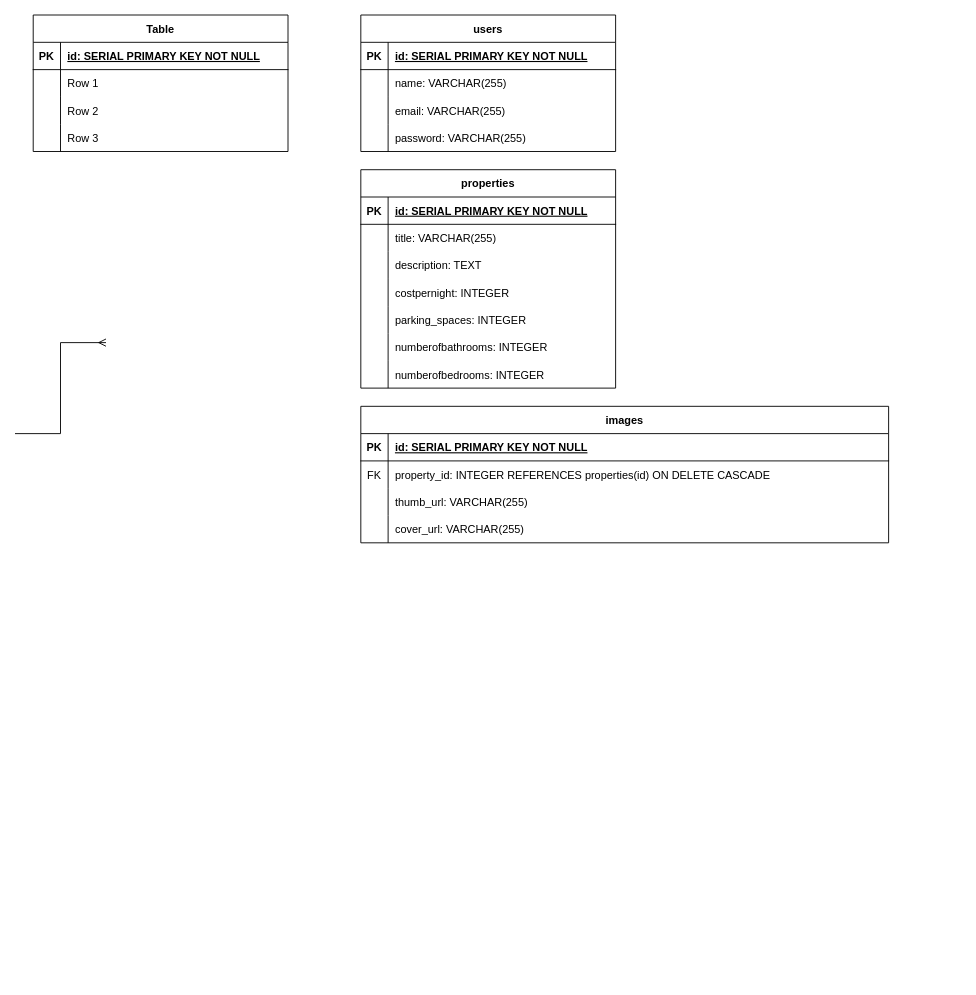
navycuda/LightBnb keeps this draw.io diagram as sql/erd/LightBnB.drawio. Above is the earlier version. Source tidied: cells renumbered, new cells numbered last; positions are measured from the earlier drawing's top-left corner, leaving out a move shared by most shapes. Both pictures are drawn from the tidied source at 91%, with x=0, y=0 at pixel (15, 15).
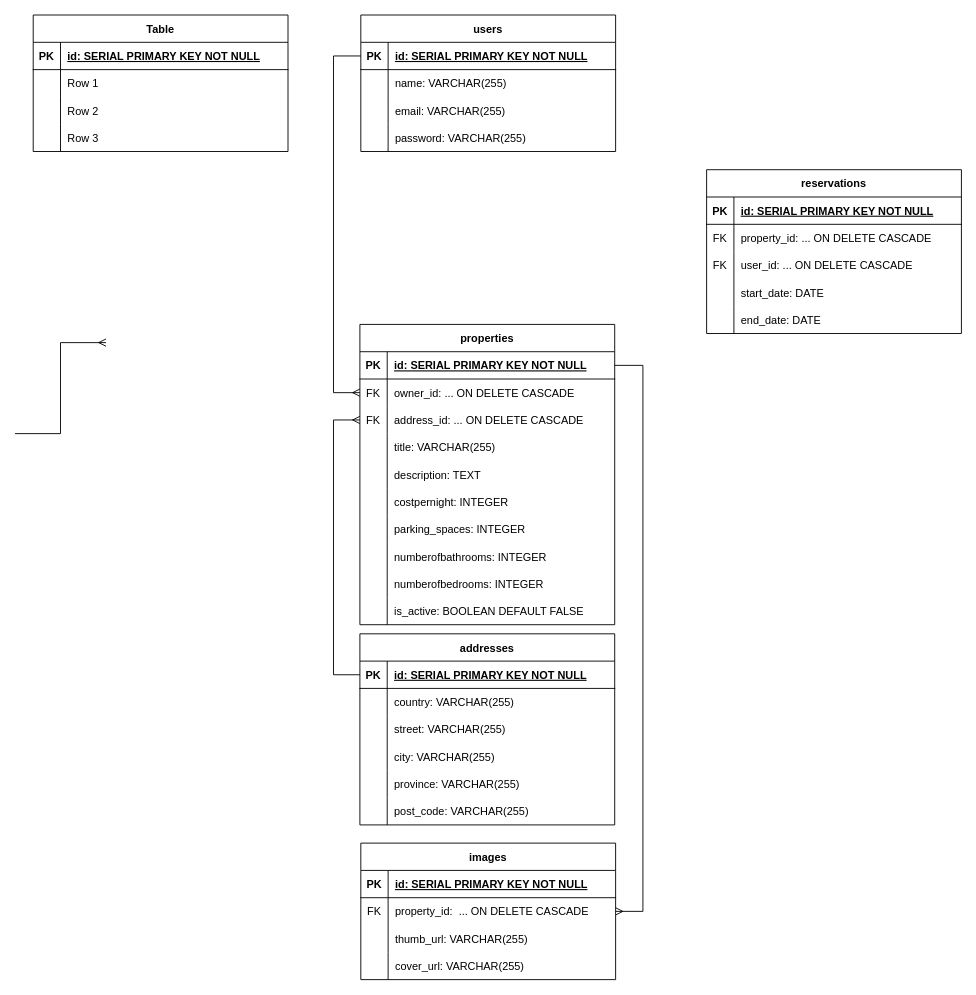
Above is the later version.

The change refers to these unchanged cells:
```xml
<mxCell id="17" style="shape=tableRow;horizontal=0;startSize=0;swimlaneHead=0;swimlaneBody=0;fillColor=none;points=[[0,0.5],[1,0.5]];portConstraint=eastwest;top=0;left=0;right=0;bottom=1;" parent="16" vertex="1">
  <mxGeometry y="30" width="280" height="30" as="geometry" />
</mxCell>
<mxCell id="30" style="shape=tableRow;horizontal=0;startSize=0;swimlaneHead=0;swimlaneBody=0;fillColor=none;points=[[0,0.5],[1,0.5]];portConstraint=eastwest;top=0;left=0;right=0;bottom=1;" parent="29" vertex="1">
  <mxGeometry y="30" width="280" height="30" as="geometry" />
</mxCell>
```

Change to the diagram source:
```diff
@@
     <mxCell id="29" value="properties" style="shape=table;startSize=30;childLayout=tableLayout;rowLines=0;fontStyle=1;align=center;" parent="1" vertex="1">
-      <mxGeometry x="380" y="170" width="280" height="240" as="geometry" />
+      <mxGeometry x="379" y="340" width="280" height="330" as="geometry" />
     </mxCell>
@@
+    <mxCell id="64" style="shape=tableRow;horizontal=0;startSize=0;swimlaneHead=0;swimlaneBody=0;fillColor=none;points=[[0,0.5],[1,0.5]];portConstraint=eastwest;top=0;left=0;right=0;bottom=0;" parent="29" vertex="1">
+      <mxGeometry y="60" width="280" height="30" as="geometry" />
+    </mxCell>
+    <mxCell id="65" value="FK" style="shape=partialRectangle;fillColor=none;top=0;left=0;bottom=0;right=0;overflow=hidden;" parent="64" vertex="1">
+      <mxGeometry width="30" height="30" as="geometry" />
+    </mxCell>
+    <mxCell id="66" value="owner_id: ... ON DELETE CASCADE" style="shape=partialRectangle;fillColor=none;top=0;left=0;bottom=0;right=0;align=left;spacingLeft=6;overflow=hidden;" parent="64" vertex="1">
+      <mxGeometry x="30" width="250" height="30" as="geometry" />
+    </mxCell>
+    <mxCell id="67" style="shape=tableRow;horizontal=0;startSize=0;swimlaneHead=0;swimlaneBody=0;fillColor=none;points=[[0,0.5],[1,0.5]];portConstraint=eastwest;top=0;left=0;right=0;bottom=0;" parent="29" vertex="1">
+      <mxGeometry y="90" width="280" height="30" as="geometry" />
+    </mxCell>
+    <mxCell id="68" value="FK" style="shape=partialRectangle;fillColor=none;top=0;left=0;bottom=0;right=0;overflow=hidden;" parent="67" vertex="1">
+      <mxGeometry width="30" height="30" as="geometry" />
+    </mxCell>
+    <mxCell id="69" value="address_id: ... ON DELETE CASCADE" style="shape=partialRectangle;fillColor=none;top=0;left=0;bottom=0;right=0;align=left;spacingLeft=6;overflow=hidden;" parent="67" vertex="1">
+      <mxGeometry x="30" width="250" height="30" as="geometry" />
+    </mxCell>
     <mxCell id="33" style="shape=tableRow;horizontal=0;startSize=0;swimlaneHead=0;swimlaneBody=0;fillColor=none;top=0;left=0;right=0;bottom=0;" parent="29" vertex="1">
-      <mxGeometry y="60" width="280" height="30" as="geometry" />
+      <mxGeometry y="120" width="280" height="30" as="geometry" />
     </mxCell>
@@
     <mxCell id="36" style="shape=tableRow;horizontal=0;startSize=0;swimlaneHead=0;swimlaneBody=0;fillColor=none;top=0;left=0;right=0;bottom=0;" parent="29" vertex="1">
-      <mxGeometry y="90" width="280" height="30" as="geometry" />
+      <mxGeometry y="150" width="280" height="30" as="geometry" />
     </mxCell>
@@
     <mxCell id="39" style="shape=tableRow;horizontal=0;startSize=0;swimlaneHead=0;swimlaneBody=0;fillColor=none;top=0;left=0;right=0;bottom=0;" parent="29" vertex="1">
-      <mxGeometry y="120" width="280" height="30" as="geometry" />
+      <mxGeometry y="180" width="280" height="30" as="geometry" />
     </mxCell>
@@
     <mxCell id="42" style="shape=tableRow;horizontal=0;startSize=0;swimlaneHead=0;swimlaneBody=0;fillColor=none;top=0;left=0;right=0;bottom=0;" parent="29" vertex="1">
-      <mxGeometry y="150" width="280" height="30" as="geometry" />
+      <mxGeometry y="210" width="280" height="30" as="geometry" />
     </mxCell>
@@
     <mxCell id="45" style="shape=tableRow;horizontal=0;startSize=0;swimlaneHead=0;swimlaneBody=0;fillColor=none;top=0;left=0;right=0;bottom=0;" parent="29" vertex="1">
-      <mxGeometry y="180" width="280" height="30" as="geometry" />
+      <mxGeometry y="240" width="280" height="30" as="geometry" />
     </mxCell>
@@
     <mxCell id="48" style="shape=tableRow;horizontal=0;startSize=0;swimlaneHead=0;swimlaneBody=0;fillColor=none;top=0;left=0;right=0;bottom=0;" parent="29" vertex="1">
-      <mxGeometry y="210" width="280" height="30" as="geometry" />
+      <mxGeometry y="270" width="280" height="30" as="geometry" />
     </mxCell>
@@
+    <mxCell id="70" style="shape=tableRow;horizontal=0;startSize=0;swimlaneHead=0;swimlaneBody=0;fillColor=none;top=0;left=0;right=0;bottom=0;" parent="29" vertex="1">
+      <mxGeometry y="300" width="280" height="30" as="geometry" />
+    </mxCell>
+    <mxCell id="71" style="shape=partialRectangle;fillColor=none;top=0;left=0;bottom=0;right=0;overflow=hidden;" parent="70" vertex="1">
+      <mxGeometry width="30" height="30" as="geometry" />
+    </mxCell>
+    <mxCell id="72" value="is_active: BOOLEAN DEFAULT FALSE" style="shape=partialRectangle;fillColor=none;top=0;left=0;bottom=0;right=0;align=left;spacingLeft=6;overflow=hidden;" parent="70" vertex="1">
+      <mxGeometry x="30" width="250" height="30" as="geometry" />
+    </mxCell>
     <mxCell id="51" value="images" style="shape=table;startSize=30;childLayout=tableLayout;rowLines=0;fontStyle=1;align=center;" parent="1" vertex="1">
-      <mxGeometry x="380" y="430" width="580" height="150" as="geometry" />
+      <mxGeometry x="380" y="910" width="280" height="150" as="geometry" />
     </mxCell>
     <mxCell id="52" style="shape=tableRow;horizontal=0;startSize=0;swimlaneHead=0;swimlaneBody=0;fillColor=none;top=0;left=0;right=0;bottom=1;" parent="51" vertex="1">
-      <mxGeometry y="30" width="580" height="30" as="geometry" />
+      <mxGeometry y="30" width="280" height="30" as="geometry" />
     </mxCell>
@@
     <mxCell id="54" value="id: SERIAL PRIMARY KEY NOT NULL" style="shape=partialRectangle;fillColor=none;top=0;left=0;bottom=0;right=0;align=left;spacingLeft=6;fontStyle=5;overflow=hidden;" parent="52" vertex="1">
-      <mxGeometry x="30" width="550" height="30" as="geometry" />
+      <mxGeometry x="30" width="250" height="30" as="geometry" />
     </mxCell>
     <mxCell id="55" style="shape=tableRow;horizontal=0;startSize=0;swimlaneHead=0;swimlaneBody=0;fillColor=none;points=[[0,0.5],[1,0.5]];portConstraint=eastwest;top=0;left=0;right=0;bottom=0;" parent="51" vertex="1">
-      <mxGeometry y="60" width="580" height="30" as="geometry" />
+      <mxGeometry y="60" width="280" height="30" as="geometry" />
     </mxCell>
@@
-    <mxCell id="57" value="property_id: INTEGER REFERENCES properties(id) ON DELETE CASCADE" style="shape=partialRectangle;fillColor=none;top=0;left=0;bottom=0;right=0;align=left;spacingLeft=6;overflow=hidden;" parent="55" vertex="1">
-      <mxGeometry x="30" width="550" height="30" as="geometry" />
+    <mxCell id="57" value="property_id:  ... ON DELETE CASCADE" style="shape=partialRectangle;fillColor=none;top=0;left=0;bottom=0;right=0;align=left;spacingLeft=6;overflow=hidden;" parent="55" vertex="1">
+      <mxGeometry x="30" width="250" height="30" as="geometry" />
     </mxCell>
     <mxCell id="58" style="shape=tableRow;horizontal=0;startSize=0;swimlaneHead=0;swimlaneBody=0;fillColor=none;top=0;left=0;right=0;bottom=0;" parent="51" vertex="1">
-      <mxGeometry y="90" width="580" height="30" as="geometry" />
+      <mxGeometry y="90" width="280" height="30" as="geometry" />
     </mxCell>
@@
     <mxCell id="60" value="thumb_url: VARCHAR(255)" style="shape=partialRectangle;fillColor=none;top=0;left=0;bottom=0;right=0;align=left;spacingLeft=6;overflow=hidden;" parent="58" vertex="1">
-      <mxGeometry x="30" width="550" height="30" as="geometry" />
+      <mxGeometry x="30" width="250" height="30" as="geometry" />
     </mxCell>
     <mxCell id="61" style="shape=tableRow;horizontal=0;startSize=0;swimlaneHead=0;swimlaneBody=0;fillColor=none;top=0;left=0;right=0;bottom=0;" parent="51" vertex="1">
-      <mxGeometry y="120" width="580" height="30" as="geometry" />
+      <mxGeometry y="120" width="280" height="30" as="geometry" />
     </mxCell>
@@
     <mxCell id="63" value="cover_url: VARCHAR(255)" style="shape=partialRectangle;fillColor=none;top=0;left=0;bottom=0;right=0;align=left;spacingLeft=6;overflow=hidden;" parent="61" vertex="1">
-      <mxGeometry x="30" width="550" height="30" as="geometry" />
+      <mxGeometry x="30" width="250" height="30" as="geometry" />
     </mxCell>
+    <mxCell id="73" style="edgeStyle=elbowEdgeStyle;fontSize=12;html=1;endArrow=ERmany;rounded=0;entryX=1;entryY=0.5;entryDx=0;entryDy=0;exitX=1;exitY=0.5;exitDx=0;exitDy=0;" parent="1" edge="1" source="30" target="55">
+      <mxGeometry relative="1" as="geometry">
+        <Array as="points">
+          <mxPoint x="690" y="690" />
+        </Array>
+      </mxGeometry>
+    </mxCell>
+    <mxCell id="74" value="addresses" style="shape=table;startSize=30;childLayout=tableLayout;rowLines=0;fontStyle=1;align=center;" parent="1" vertex="1">
+      <mxGeometry x="379" y="680" width="280" height="210" as="geometry" />
+    </mxCell>
+    <mxCell id="75" style="shape=tableRow;horizontal=0;startSize=0;swimlaneHead=0;swimlaneBody=0;fillColor=none;points=[[0,0.5],[1,0.5]];portConstraint=eastwest;top=0;left=0;right=0;bottom=1;" parent="74" vertex="1">
+      <mxGeometry y="30" width="280" height="30" as="geometry" />
+    </mxCell>
+    <mxCell id="76" value="PK" style="shape=partialRectangle;fillColor=none;top=0;left=0;bottom=0;right=0;fontStyle=1;overflow=hidden;" parent="75" vertex="1">
+      <mxGeometry width="30" height="30" as="geometry" />
+    </mxCell>
+    <mxCell id="77" value="id: SERIAL PRIMARY KEY NOT NULL" style="shape=partialRectangle;fillColor=none;top=0;left=0;bottom=0;right=0;align=left;spacingLeft=6;fontStyle=5;overflow=hidden;" parent="75" vertex="1">
+      <mxGeometry x="30" width="250" height="30" as="geometry" />
+    </mxCell>
+    <mxCell id="78" style="shape=tableRow;horizontal=0;startSize=0;swimlaneHead=0;swimlaneBody=0;fillColor=none;top=0;left=0;right=0;bottom=0;" parent="74" vertex="1">
+      <mxGeometry y="60" width="280" height="30" as="geometry" />
+    </mxCell>
+    <mxCell id="79" style="shape=partialRectangle;fillColor=none;top=0;left=0;bottom=0;right=0;overflow=hidden;" parent="78" vertex="1">
+      <mxGeometry width="30" height="30" as="geometry" />
+    </mxCell>
+    <mxCell id="80" value="country: VARCHAR(255)" style="shape=partialRectangle;fillColor=none;top=0;left=0;bottom=0;right=0;align=left;spacingLeft=6;overflow=hidden;" parent="78" vertex="1">
+      <mxGeometry x="30" width="250" height="30" as="geometry" />
+    </mxCell>
+    <mxCell id="81" style="shape=tableRow;horizontal=0;startSize=0;swimlaneHead=0;swimlaneBody=0;fillColor=none;top=0;left=0;right=0;bottom=0;" parent="74" vertex="1">
+      <mxGeometry y="90" width="280" height="30" as="geometry" />
+    </mxCell>
+    <mxCell id="82" style="shape=partialRectangle;fillColor=none;top=0;left=0;bottom=0;right=0;overflow=hidden;" parent="81" vertex="1">
+      <mxGeometry width="30" height="30" as="geometry" />
+    </mxCell>
+    <mxCell id="83" value="street: VARCHAR(255)" style="shape=partialRectangle;fillColor=none;top=0;left=0;bottom=0;right=0;align=left;spacingLeft=6;overflow=hidden;" parent="81" vertex="1">
+      <mxGeometry x="30" width="250" height="30" as="geometry" />
+    </mxCell>
+    <mxCell id="84" style="shape=tableRow;horizontal=0;startSize=0;swimlaneHead=0;swimlaneBody=0;fillColor=none;top=0;left=0;right=0;bottom=0;" parent="74" vertex="1">
+      <mxGeometry y="120" width="280" height="30" as="geometry" />
+    </mxCell>
+    <mxCell id="85" style="shape=partialRectangle;fillColor=none;top=0;left=0;bottom=0;right=0;overflow=hidden;" parent="84" vertex="1">
+      <mxGeometry width="30" height="30" as="geometry" />
+    </mxCell>
+    <mxCell id="86" value="city: VARCHAR(255)" style="shape=partialRectangle;fillColor=none;top=0;left=0;bottom=0;right=0;align=left;spacingLeft=6;overflow=hidden;" parent="84" vertex="1">
+      <mxGeometry x="30" width="250" height="30" as="geometry" />
+    </mxCell>
+    <mxCell id="87" style="shape=tableRow;horizontal=0;startSize=0;swimlaneHead=0;swimlaneBody=0;fillColor=none;top=0;left=0;right=0;bottom=0;" parent="74" vertex="1">
+      <mxGeometry y="150" width="280" height="30" as="geometry" />
+    </mxCell>
+    <mxCell id="88" style="shape=partialRectangle;fillColor=none;top=0;left=0;bottom=0;right=0;overflow=hidden;" parent="87" vertex="1">
+      <mxGeometry width="30" height="30" as="geometry" />
+    </mxCell>
+    <mxCell id="89" value="province: VARCHAR(255)" style="shape=partialRectangle;fillColor=none;top=0;left=0;bottom=0;right=0;align=left;spacingLeft=6;overflow=hidden;" parent="87" vertex="1">
+      <mxGeometry x="30" width="250" height="30" as="geometry" />
+    </mxCell>
+    <mxCell id="90" style="shape=tableRow;horizontal=0;startSize=0;swimlaneHead=0;swimlaneBody=0;fillColor=none;top=0;left=0;right=0;bottom=0;" parent="74" vertex="1">
+      <mxGeometry y="180" width="280" height="30" as="geometry" />
+    </mxCell>
+    <mxCell id="91" style="shape=partialRectangle;fillColor=none;top=0;left=0;bottom=0;right=0;overflow=hidden;" parent="90" vertex="1">
+      <mxGeometry width="30" height="30" as="geometry" />
+    </mxCell>
+    <mxCell id="92" value="post_code: VARCHAR(255)" style="shape=partialRectangle;fillColor=none;top=0;left=0;bottom=0;right=0;align=left;spacingLeft=6;overflow=hidden;" parent="90" vertex="1">
+      <mxGeometry x="30" width="250" height="30" as="geometry" />
+    </mxCell>
+    <mxCell id="93" style="edgeStyle=elbowEdgeStyle;fontSize=12;html=1;endArrow=ERmany;rounded=0;entryX=0;entryY=0.5;entryDx=0;entryDy=0;exitX=0;exitY=0.5;exitDx=0;exitDy=0;" parent="1" edge="1" source="75" target="67">
+      <mxGeometry relative="1" as="geometry">
+        <Array as="points">
+          <mxPoint x="350" y="400" />
+          <mxPoint x="280" y="470" />
+        </Array>
+      </mxGeometry>
+    </mxCell>
+    <mxCell id="94" style="edgeStyle=elbowEdgeStyle;fontSize=12;html=1;endArrow=ERmany;rounded=0;entryX=0;entryY=0.5;entryDx=0;entryDy=0;exitX=0;exitY=0.5;exitDx=0;exitDy=0;" parent="1" edge="1" source="17" target="64">
+      <mxGeometry relative="1" as="geometry">
+        <Array as="points">
+          <mxPoint x="350" y="250" />
+        </Array>
+      </mxGeometry>
+    </mxCell>
+    <mxCell id="95" value="reservations" style="shape=table;startSize=30;childLayout=tableLayout;rowLines=0;fontStyle=1;align=center;" parent="1" vertex="1">
+      <mxGeometry x="760" y="170" width="280" height="180" as="geometry" />
+    </mxCell>
+    <mxCell id="96" style="shape=tableRow;horizontal=0;startSize=0;swimlaneHead=0;swimlaneBody=0;fillColor=none;top=0;left=0;right=0;bottom=1;" parent="95" vertex="1">
+      <mxGeometry y="30" width="280" height="30" as="geometry" />
+    </mxCell>
+    <mxCell id="97" value="PK" style="shape=partialRectangle;fillColor=none;top=0;left=0;bottom=0;right=0;fontStyle=1;overflow=hidden;" parent="96" vertex="1">
+      <mxGeometry width="30" height="30" as="geometry" />
+    </mxCell>
+    <mxCell id="98" value="id: SERIAL PRIMARY KEY NOT NULL" style="shape=partialRectangle;fillColor=none;top=0;left=0;bottom=0;right=0;align=left;spacingLeft=6;fontStyle=5;overflow=hidden;" parent="96" vertex="1">
+      <mxGeometry x="30" width="250" height="30" as="geometry" />
+    </mxCell>
+    <mxCell id="99" style="shape=tableRow;horizontal=0;startSize=0;swimlaneHead=0;swimlaneBody=0;fillColor=none;top=0;left=0;right=0;bottom=0;" parent="95" vertex="1">
+      <mxGeometry y="60" width="280" height="30" as="geometry" />
+    </mxCell>
+    <mxCell id="100" value="FK" style="shape=partialRectangle;fillColor=none;top=0;left=0;bottom=0;right=0;overflow=hidden;" parent="99" vertex="1">
+      <mxGeometry width="30" height="30" as="geometry" />
+    </mxCell>
+    <mxCell id="101" value="property_id: ... ON DELETE CASCADE" style="shape=partialRectangle;fillColor=none;top=0;left=0;bottom=0;right=0;align=left;spacingLeft=6;overflow=hidden;" parent="99" vertex="1">
+      <mxGeometry x="30" width="250" height="30" as="geometry" />
+    </mxCell>
+    <mxCell id="102" style="shape=tableRow;horizontal=0;startSize=0;swimlaneHead=0;swimlaneBody=0;fillColor=none;top=0;left=0;right=0;bottom=0;" parent="95" vertex="1">
+      <mxGeometry y="90" width="280" height="30" as="geometry" />
+    </mxCell>
+    <mxCell id="103" value="FK" style="shape=partialRectangle;fillColor=none;top=0;left=0;bottom=0;right=0;overflow=hidden;" parent="102" vertex="1">
+      <mxGeometry width="30" height="30" as="geometry" />
+    </mxCell>
+    <mxCell id="104" value="user_id: ... ON DELETE CASCADE" style="shape=partialRectangle;fillColor=none;top=0;left=0;bottom=0;right=0;align=left;spacingLeft=6;overflow=hidden;" parent="102" vertex="1">
+      <mxGeometry x="30" width="250" height="30" as="geometry" />
+    </mxCell>
+    <mxCell id="105" style="shape=tableRow;horizontal=0;startSize=0;swimlaneHead=0;swimlaneBody=0;fillColor=none;top=0;left=0;right=0;bottom=0;" parent="95" vertex="1">
+      <mxGeometry y="120" width="280" height="30" as="geometry" />
+    </mxCell>
+    <mxCell id="106" style="shape=partialRectangle;fillColor=none;top=0;left=0;bottom=0;right=0;overflow=hidden;" parent="105" vertex="1">
+      <mxGeometry width="30" height="30" as="geometry" />
+    </mxCell>
+    <mxCell id="107" value="start_date: DATE" style="shape=partialRectangle;fillColor=none;top=0;left=0;bottom=0;right=0;align=left;spacingLeft=6;overflow=hidden;" parent="105" vertex="1">
+      <mxGeometry x="30" width="250" height="30" as="geometry" />
+    </mxCell>
+    <mxCell id="108" style="shape=tableRow;horizontal=0;startSize=0;swimlaneHead=0;swimlaneBody=0;fillColor=none;top=0;left=0;right=0;bottom=0;" parent="95" vertex="1">
+      <mxGeometry y="150" width="280" height="30" as="geometry" />
+    </mxCell>
+    <mxCell id="109" style="shape=partialRectangle;fillColor=none;top=0;left=0;bottom=0;right=0;overflow=hidden;" parent="108" vertex="1">
+      <mxGeometry width="30" height="30" as="geometry" />
+    </mxCell>
+    <mxCell id="110" value="end_date: DATE" style="shape=partialRectangle;fillColor=none;top=0;left=0;bottom=0;right=0;align=left;spacingLeft=6;overflow=hidden;" parent="108" vertex="1">
+      <mxGeometry x="30" width="250" height="30" as="geometry" />
+    </mxCell>
```
